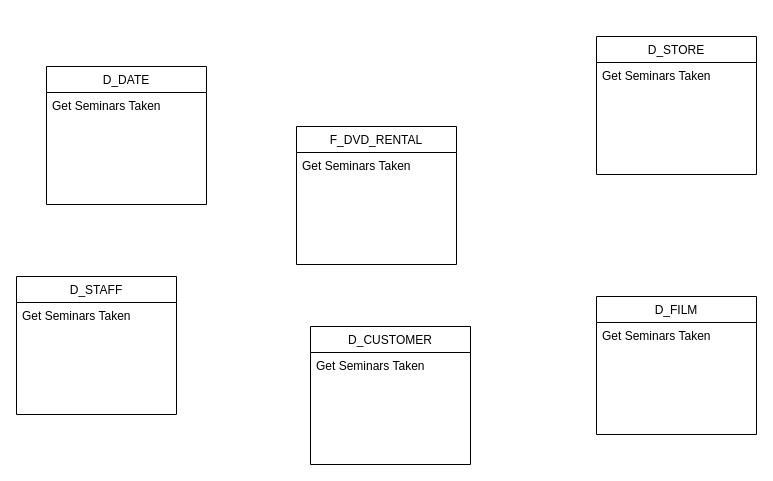
This is Biểu đồ không có tiêu đề.drawio from luhoangve24/Diagram, a draw.io file, before an edit. Source tidied: cells renumbered, new cells numbered last; positions are measured from the earlier drawing's top-left corner, leaving out a move shared by most shapes. Both pictures are drawn from the tidied source at 100%, with x=0, y=0 at pixel (16, 36).
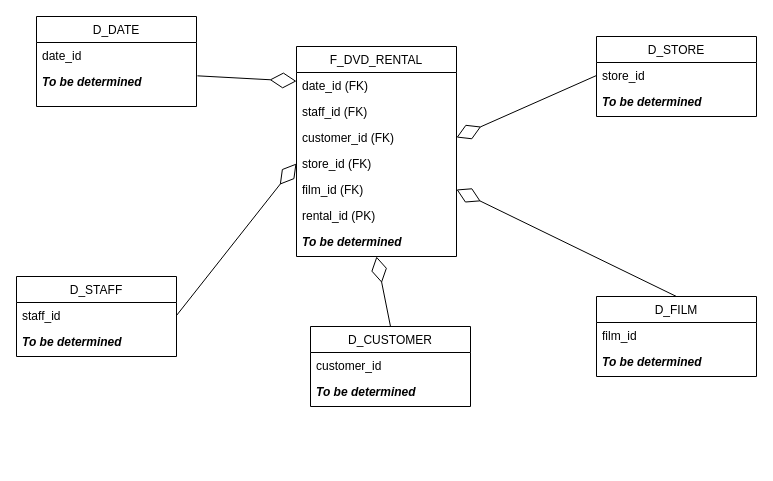
After the change.

What changed in the source:
```diff
@@
     <mxCell id="2" value="F_DVD_RENTAL" style="swimlane;fontStyle=0;align=center;verticalAlign=top;horizontal=1;startSize=26;rounded=0;shadow=0;strokeWidth=1;" parent="1" vertex="1">
-      <mxGeometry x="280" y="90" width="160" height="138" as="geometry" />
+      <mxGeometry x="280" y="10" width="160" height="210" as="geometry" />
     </mxCell>
-    <mxCell id="3" value="Get Seminars Taken" style="text;align=left;verticalAlign=top;spacingLeft=4;spacingRight=4;overflow=hidden;" parent="2" vertex="1">
-      <mxGeometry y="26" width="160" height="26" as="geometry" />
-    </mxCell>
+    <mxCell id="14" value="date_id (FK)" style="text;align=left;verticalAlign=top;spacingLeft=4;spacingRight=4;overflow=hidden;points=[[0,0.5],[1,0.5]];portConstraint=eastwest;" parent="2" vertex="1">
+      <mxGeometry y="26" width="160" height="26" as="geometry" />
+    </mxCell>
+    <mxCell id="15" value="staff_id (FK)" style="text;align=left;verticalAlign=top;spacingLeft=4;spacingRight=4;overflow=hidden;" parent="2" vertex="1">
+      <mxGeometry y="52" width="160" height="26" as="geometry" />
+    </mxCell>
+    <mxCell id="16" value="customer_id (FK)" style="text;align=left;verticalAlign=top;spacingLeft=4;spacingRight=4;overflow=hidden;points=[[0,0.5],[1,0.5]];portConstraint=eastwest;" parent="2" vertex="1">
+      <mxGeometry y="78" width="160" height="26" as="geometry" />
+    </mxCell>
+    <mxCell id="17" value="store_id (FK)" style="text;align=left;verticalAlign=top;spacingLeft=4;spacingRight=4;overflow=hidden;points=[[0,0.5],[1,0.5]];portConstraint=eastwest;" parent="2" vertex="1">
+      <mxGeometry y="104" width="160" height="26" as="geometry" />
+    </mxCell>
+    <mxCell id="18" value="film_id (FK)" style="text;align=left;verticalAlign=top;spacingLeft=4;spacingRight=4;overflow=hidden;points=[[0,0.5],[1,0.5]];portConstraint=eastwest;" parent="2" vertex="1">
+      <mxGeometry y="130" width="160" height="26" as="geometry" />
+    </mxCell>
+    <mxCell id="19" value="rental_id (PK)" style="text;align=left;verticalAlign=top;spacingLeft=4;spacingRight=4;overflow=hidden;" parent="2" vertex="1">
+      <mxGeometry y="156" width="160" height="26" as="geometry" />
+    </mxCell>
+    <mxCell id="20" value="To be determined" style="text;align=left;verticalAlign=top;spacingLeft=4;spacingRight=4;overflow=hidden;fontStyle=3;" parent="2" vertex="1">
+      <mxGeometry y="182" width="160" height="26" as="geometry" />
+    </mxCell>
     <mxCell id="4" value="D_DATE" style="swimlane;fontStyle=0;align=center;verticalAlign=top;horizontal=1;startSize=26;rounded=0;shadow=0;strokeWidth=1;" parent="1" vertex="1">
-      <mxGeometry x="30" y="30" width="160" height="138" as="geometry" />
+      <mxGeometry x="20" y="-20" width="160" height="90" as="geometry" />
     </mxCell>
-    <mxCell id="5" value="Get Seminars Taken" style="text;align=left;verticalAlign=top;spacingLeft=4;spacingRight=4;overflow=hidden;" parent="4" vertex="1">
+    <mxCell id="5" value="date_id" style="text;align=left;verticalAlign=top;spacingLeft=4;spacingRight=4;overflow=hidden;" parent="4" vertex="1">
       <mxGeometry y="26" width="160" height="26" as="geometry" />
     </mxCell>
+    <mxCell id="21" value="To be determined" style="text;align=left;verticalAlign=top;spacingLeft=4;spacingRight=4;overflow=hidden;points=[[0,0.5],[1,0.5]];portConstraint=eastwest;fontStyle=3;" parent="4" vertex="1">
+      <mxGeometry y="52" width="160" height="26" as="geometry" />
+    </mxCell>
     <mxCell id="6" value="D_STORE" style="swimlane;fontStyle=0;align=center;verticalAlign=top;horizontal=1;startSize=26;rounded=0;shadow=0;strokeWidth=1;" parent="1" vertex="1">
-      <mxGeometry x="580" width="160" height="138" as="geometry" />
+      <mxGeometry x="580" width="160" height="80" as="geometry" />
     </mxCell>
-    <mxCell id="7" value="Get Seminars Taken" style="text;align=left;verticalAlign=top;spacingLeft=4;spacingRight=4;overflow=hidden;points=[[0,0.5],[1,0.5]];portConstraint=eastwest;" parent="6" vertex="1">
+    <mxCell id="7" value="store_id" style="text;align=left;verticalAlign=top;spacingLeft=4;spacingRight=4;overflow=hidden;points=[[0,0.5],[1,0.5]];portConstraint=eastwest;" parent="6" vertex="1">
       <mxGeometry y="26" width="160" height="26" as="geometry" />
     </mxCell>
+    <mxCell id="22" value="To be determined" style="text;align=left;verticalAlign=top;spacingLeft=4;spacingRight=4;overflow=hidden;fontStyle=3;" parent="6" vertex="1">
+      <mxGeometry y="52" width="160" height="26" as="geometry" />
+    </mxCell>
     <mxCell id="8" value="D_FILM" style="swimlane;fontStyle=0;align=center;verticalAlign=top;horizontal=1;startSize=26;rounded=0;shadow=0;strokeWidth=1;" parent="1" vertex="1">
-      <mxGeometry x="580" y="260" width="160" height="138" as="geometry" />
+      <mxGeometry x="580" y="260" width="160" height="80" as="geometry" />
     </mxCell>
-    <mxCell id="9" value="Get Seminars Taken" style="text;align=left;verticalAlign=top;spacingLeft=4;spacingRight=4;overflow=hidden;" parent="8" vertex="1">
+    <mxCell id="9" value="film_id" style="text;align=left;verticalAlign=top;spacingLeft=4;spacingRight=4;overflow=hidden;" parent="8" vertex="1">
       <mxGeometry y="26" width="160" height="26" as="geometry" />
     </mxCell>
+    <mxCell id="23" value="To be determined" style="text;align=left;verticalAlign=top;spacingLeft=4;spacingRight=4;overflow=hidden;fontStyle=3;" parent="8" vertex="1">
+      <mxGeometry y="52" width="160" height="26" as="geometry" />
+    </mxCell>
     <mxCell id="10" value="D_STAFF" style="swimlane;fontStyle=0;align=center;verticalAlign=top;horizontal=1;startSize=26;rounded=0;shadow=0;strokeWidth=1;" parent="1" vertex="1">
-      <mxGeometry y="240" width="160" height="138" as="geometry" />
+      <mxGeometry y="240" width="160" height="80" as="geometry" />
     </mxCell>
-    <mxCell id="11" value="Get Seminars Taken" style="text;align=left;verticalAlign=top;spacingLeft=4;spacingRight=4;overflow=hidden;points=[[0,0.5],[1,0.5]];portConstraint=eastwest;" parent="10" vertex="1">
+    <mxCell id="11" value="staff_id" style="text;align=left;verticalAlign=top;spacingLeft=4;spacingRight=4;overflow=hidden;points=[[0,0.5],[1,0.5]];portConstraint=eastwest;" parent="10" vertex="1">
       <mxGeometry y="26" width="160" height="26" as="geometry" />
     </mxCell>
+    <mxCell id="24" value="To be determined" style="text;align=left;verticalAlign=top;spacingLeft=4;spacingRight=4;overflow=hidden;fontStyle=3;" parent="10" vertex="1">
+      <mxGeometry y="52" width="160" height="26" as="geometry" />
+    </mxCell>
     <mxCell id="12" value="D_CUSTOMER" style="swimlane;fontStyle=0;align=center;verticalAlign=top;horizontal=1;startSize=26;rounded=0;shadow=0;strokeWidth=1;" parent="1" vertex="1">
-      <mxGeometry x="294" y="290" width="160" height="138" as="geometry" />
+      <mxGeometry x="294" y="290" width="160" height="80" as="geometry" />
     </mxCell>
-    <mxCell id="13" value="Get Seminars Taken" style="text;align=left;verticalAlign=top;spacingLeft=4;spacingRight=4;overflow=hidden;" parent="12" vertex="1">
+    <mxCell id="13" value="customer_id" style="text;align=left;verticalAlign=top;spacingLeft=4;spacingRight=4;overflow=hidden;" parent="12" vertex="1">
       <mxGeometry y="26" width="160" height="26" as="geometry" />
     </mxCell>
+    <mxCell id="25" value="To be determined" style="text;align=left;verticalAlign=top;spacingLeft=4;spacingRight=4;overflow=hidden;fontStyle=3;" parent="12" vertex="1">
+      <mxGeometry y="52" width="160" height="26" as="geometry" />
+    </mxCell>
+    <mxCell id="26" style="endArrow=diamondThin;endFill=0;endSize=24;html=1;rounded=0;exitX=1.006;exitY=0.282;exitDx=0;exitDy=0;exitPerimeter=0;" parent="1" edge="1" source="21" target="14">
+      <mxGeometry relative="1" as="geometry" />
+    </mxCell>
+    <mxCell id="27" style="endArrow=diamondThin;endFill=0;endSize=24;html=1;rounded=0;exitX=1;exitY=0.5;exitDx=0;exitDy=0;entryX=0;entryY=0.5;entryDx=0;entryDy=0;" parent="1" edge="1" source="11" target="17">
+      <mxGeometry relative="1" as="geometry" />
+    </mxCell>
+    <mxCell id="28" style="endArrow=diamondThin;endFill=0;endSize=24;html=1;rounded=0;exitX=0.5;exitY=0;exitDx=0;exitDy=0;entryX=0.5;entryY=1;entryDx=0;entryDy=0;" parent="1" edge="1" source="12" target="2">
+      <mxGeometry relative="1" as="geometry" />
+    </mxCell>
+    <mxCell id="29" style="endArrow=diamondThin;endFill=0;endSize=24;html=1;rounded=0;exitX=0.5;exitY=0;exitDx=0;exitDy=0;entryX=1;entryY=0.5;entryDx=0;entryDy=0;" parent="1" edge="1" source="8" target="18">
+      <mxGeometry relative="1" as="geometry" />
+    </mxCell>
+    <mxCell id="30" style="endArrow=diamondThin;endFill=0;endSize=24;html=1;rounded=0;exitX=0;exitY=0.5;exitDx=0;exitDy=0;entryX=1;entryY=0.5;entryDx=0;entryDy=0;" parent="1" edge="1" source="7" target="16">
+      <mxGeometry relative="1" as="geometry" />
+    </mxCell>
```
